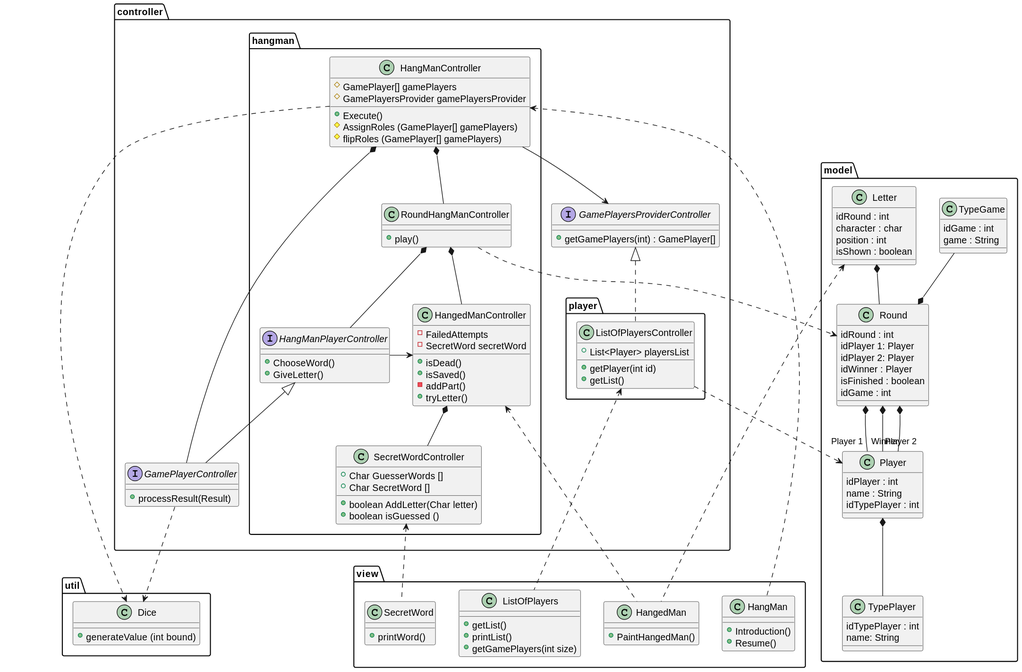
Before: docs/Diagrams/MVC/HangMan.svg, a diagram exported from PlantUML (jesus-a-barrera/games-platform-api).
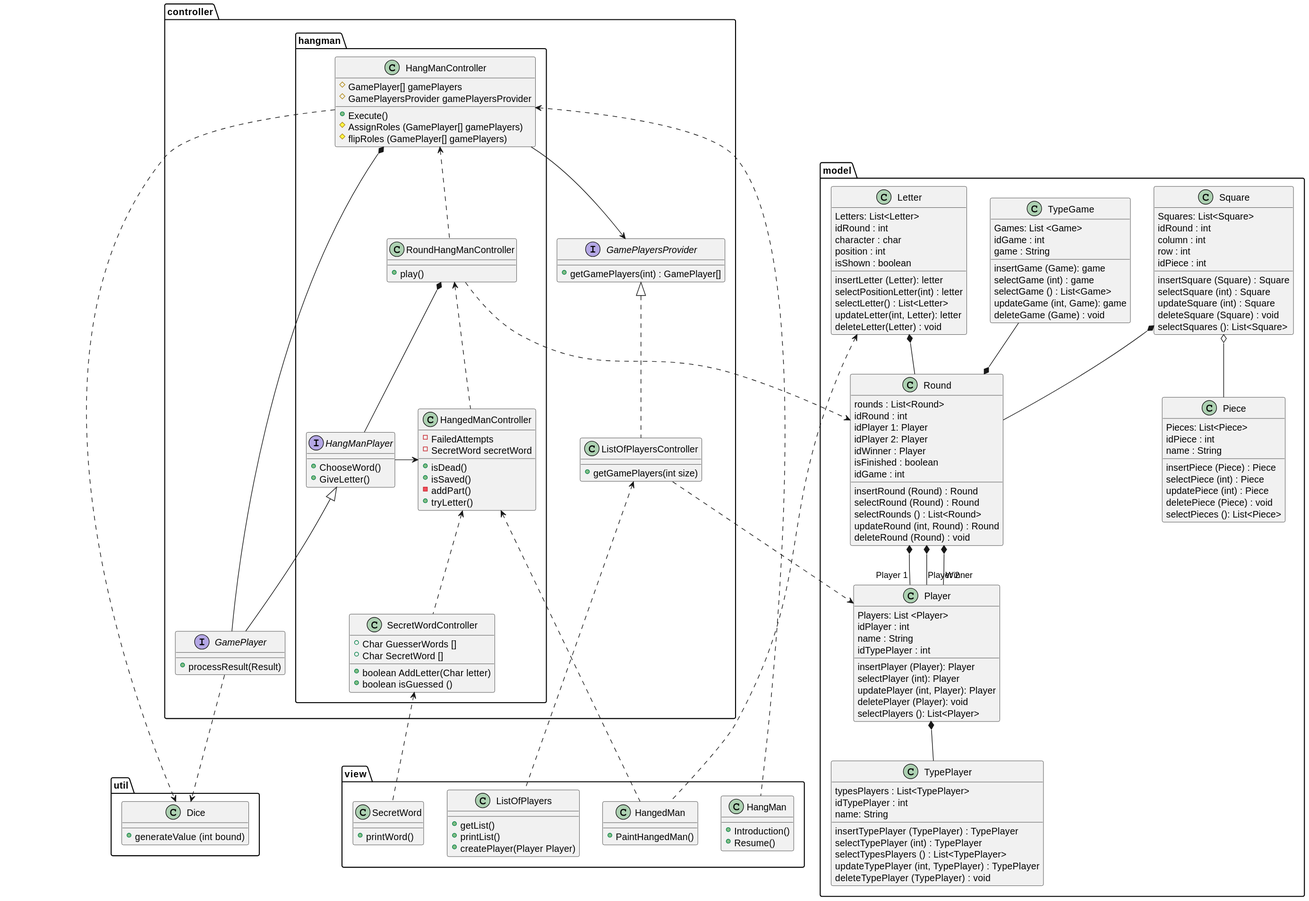
The same file after the commit.

The edit, as a diff of the source:
```diff
@@ -2,38 +2,95 @@
 
 package model {
     class Player{
+        Players: List <Player>
         idPlayer : int
         name : String
         idTypePlayer : int
+        insertPlayer (Player): Player
+        selectPlayer (int): Player
+        updatePlayer (int, Player): Player
+        deletePlayer (Player): void
+        selectPlayers (): List<Player>
     }
     class Round {
+        rounds : List<Round>
         idRound : int
         idPlayer 1: Player
         idPlayer 2: Player
         idWinner : Player
         isFinished : boolean
         idGame : int
+        insertRound (Round) : Round
+        selectRound (Round) : Round
+        selectRounds () : List<Round>
+        updateRound (int, Round) : Round
+        deleteRound (Round) : void
     }
     class TypePlayer {
+        typesPlayers : List<TypePlayer>
         idTypePlayer : int
         name: String
+        insertTypePlayer (TypePlayer) : TypePlayer
+        selectTypePlayer (int) : TypePlayer
+        selectTypesPlayers () : List<TypePlayer>
+        updateTypePlayer (int, TypePlayer) : TypePlayer
+        deleteTypePlayer (TypePlayer) : void
+    }
+    class Piece{
+        Pieces: List<Piece>
+        idPiece : int
+        name : String
+        insertPiece (Piece) : Piece
+        selectPiece (int) : Piece
+        updatePiece (int) : Piece
+        deletePiece (Piece) : void
+        selectPieces (): List<Piece>
     }
 
+    class Square {
+        Squares: List<Square>
+        idRound : int
+        column : int
+        row : int
+        idPiece : int
+        insertSquare (Square) : Square
+        selectSquare (int) : Square
+        updateSquare (int) : Square
+        deleteSquare (Square) : void
+        selectSquares (): List<Square>
+    }
     class Letter {
+        Letters: List<Letter>
         idRound : int
         character : char
         position : int
         isShown : boolean
+        insertLetter (Letter): letter
+        selectPositionLetter(int) : letter
+        selectLetter() : List<Letter>
+        updateLetter(int, Letter): letter
+        deleteLetter(Letter) : void
     }
 
     class TypeGame {
+        Games: List <Game>
         idGame : int
         game : String
+        insertGame (Game): game
+        selectGame (int) : game
+        selectGame () : List<Game>
+        updateGame (int, Game): game
+        deleteGame (Game) : void
     }
+
+    Square o-- Piece
 
     Round *-- "Player 1" Player
     Round *-- "Player 2" Player
     Round *-- "Winner" Player
+
+    Square *-- Round
+
 
     Player *-- TypePlayer
     Letter *-- Round
@@ -74,25 +131,22 @@
             -addPart()
             +tryLetter()
         }
-        interface HangManPlayerController {
+        interface HangManPlayer {
             +ChooseWord()
             +GiveLetter()
         }
     }
 
-    package player {
-        class ListOfPlayersController {
-            +getPlayer(int id)
-            +getList()
-            +List<Player> playersList
-        }
+    class ListOfPlayersController {
+        +getGamePlayers(int size)
+
     }
 
-    interface GamePlayersProviderController {
+    interface GamePlayersProvider {
         + getGamePlayers(int) : GamePlayer[]
     }
 
-    interface GamePlayerController {
+    interface GamePlayer {
         + processResult(Result)
     }
 }
@@ -107,7 +161,7 @@
     class ListOfPlayers {
         +getList()
         +printList()
-        +getGamePlayers(int size)
+        +createPlayer(Player Player)
     }
 
     class SecretWord {
@@ -119,21 +173,21 @@
     }
 }
 
-HangManController *-- RoundHangManController
-HangManController --> GamePlayersProviderController
+HangManController <.. RoundHangManController
+HangManController --> GamePlayersProvider
 HangManController .right.> Dice
-HangManController *-- GamePlayerController
+HangManController *-- GamePlayer
 
-RoundHangManController *-- HangedManController
-RoundHangManController *-- HangManPlayerController
+RoundHangManController <.. HangedManController
+RoundHangManController *-- HangManPlayer
 
-HangedManController *-- SecretWordController
+HangedManController <.. SecretWordController
 
-HangManPlayerController -left-> HangedManController
-HangManPlayerController <|-- GamePlayerController
+HangManPlayer -left-> HangedManController
+HangManPlayer <|-- GamePlayer
 
-ListOfPlayersController .up.|> GamePlayersProviderController
-Dice <.up. GamePlayerController
+ListOfPlayersController .up.|> GamePlayersProvider
+Dice <.up. GamePlayer
 
 HangManController <..HangMan
 ListOfPlayersController ..> Player
```
